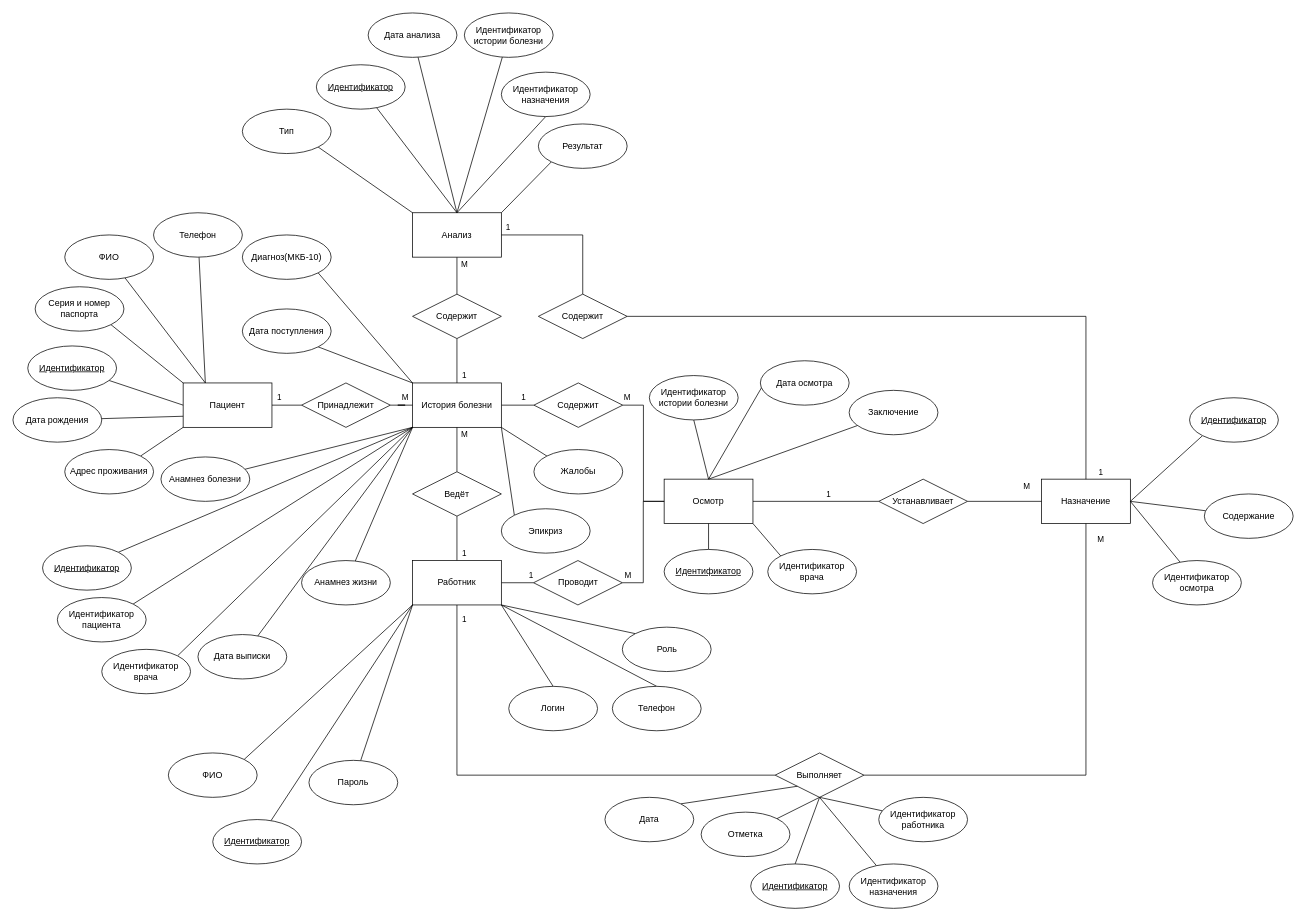
Before: bd/kursovaya/ER.drawio in Mutabona/5Semestr, a draw.io diagram. Source tidied: cells renumbered, new cells numbered last; positions are measured from the earlier drawing's top-left corner, leaving out a move shared by most shapes. Both pictures are drawn from the tidied source at 74%, with x=0, y=0 at pixel (13, 13).
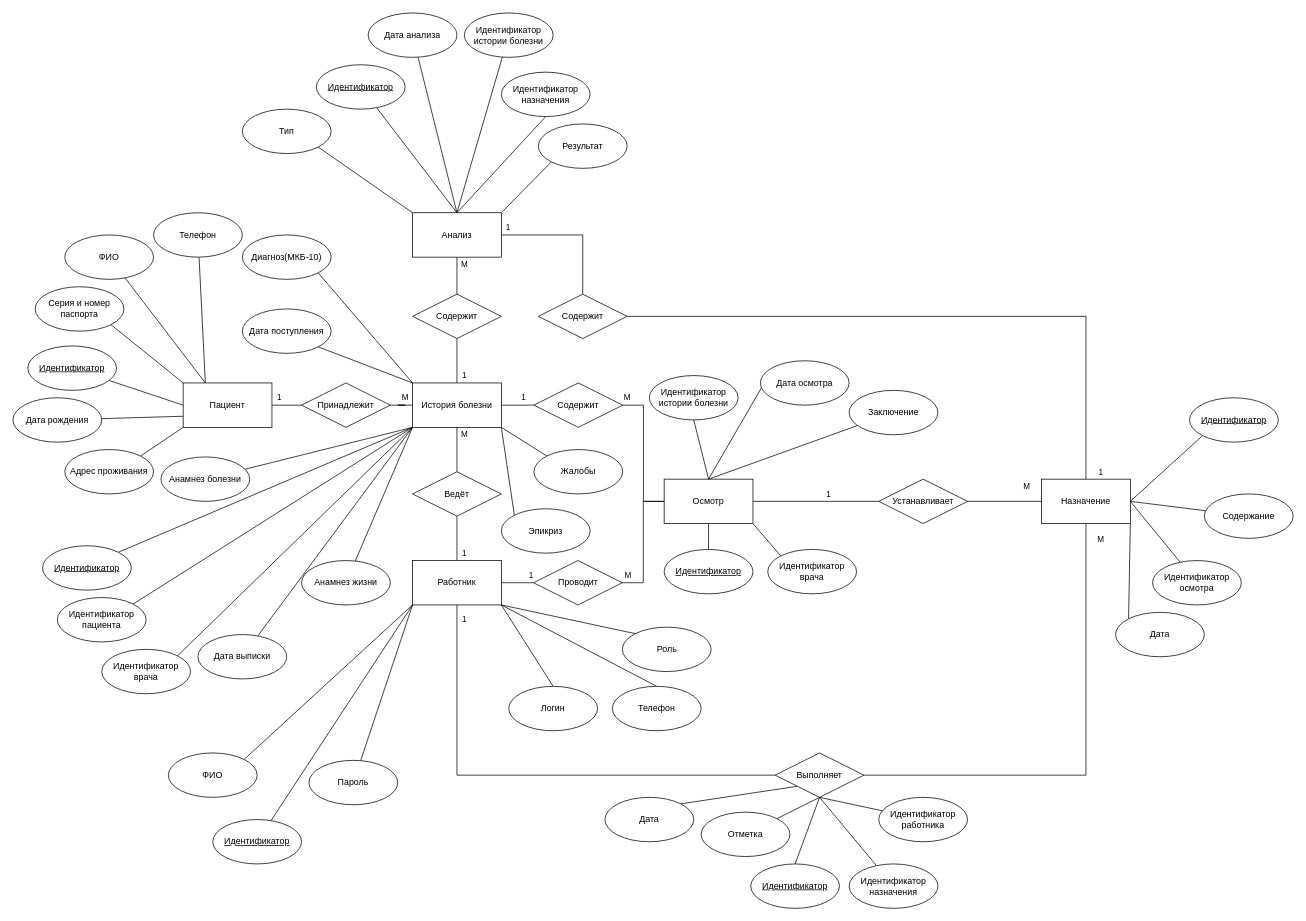
The same page after the edit.

The change refers to these unchanged cells:
```xml
<mxCell id="8" value="Назначение" style="rounded=0;whiteSpace=wrap;html=1;" parent="1" vertex="1">
  <mxGeometry x="1390" y="630" width="120" height="60" as="geometry" />
</mxCell>
```

Change to the diagram source:
```diff
@@
+    <mxCell id="114" style="rounded=0;jettySize=auto;html=1;exitX=1;exitY=1;exitDx=0;exitDy=0;entryX=0;entryY=0;entryDx=0;entryDy=0;endArrow=none;endFill=0;" parent="1" edge="1" source="8" target="115">
+      <mxGeometry relative="1" as="geometry" />
+    </mxCell>
@@
+    <mxCell id="115" value="Дата" style="ellipse;whiteSpace=wrap;html=1;" parent="1" vertex="1">
+      <mxGeometry x="1490" y="810" width="120" height="60" as="geometry" />
+    </mxCell>
```
